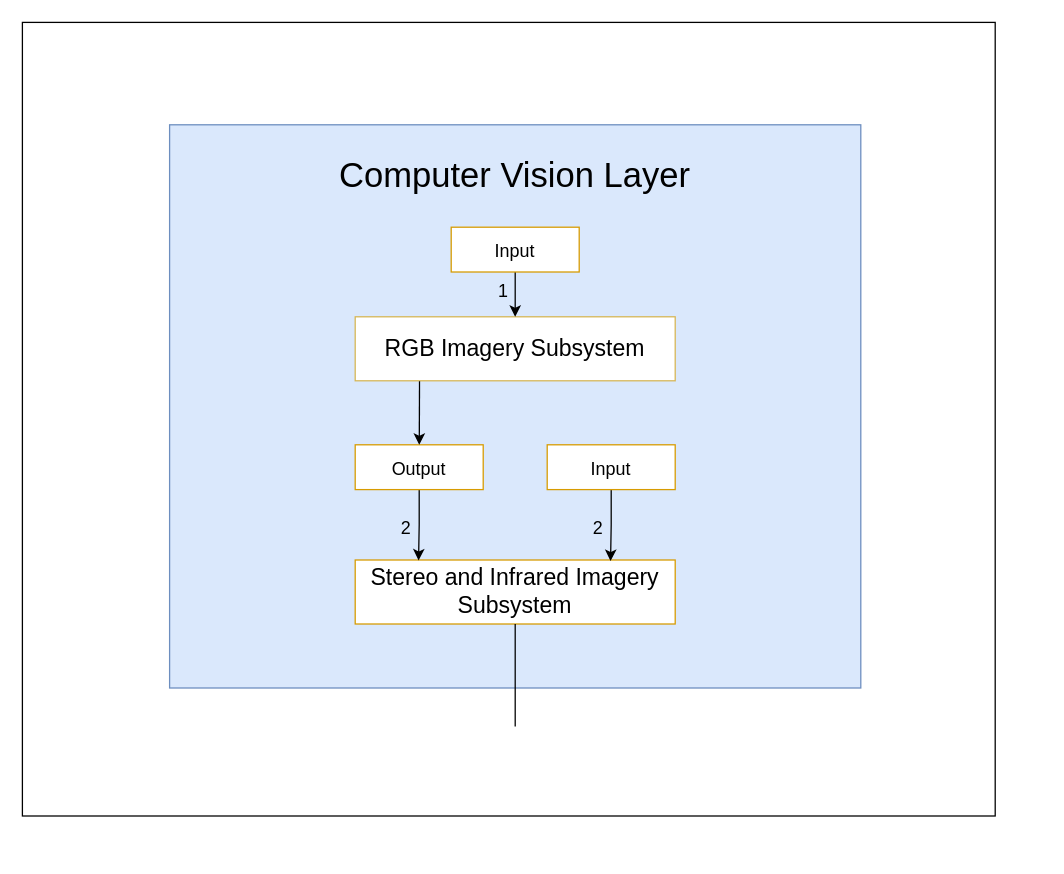
This is DRAWIO Files/Sahaj/CV Layer.drawio from TuringBoard/ADS, a draw.io file, before an edit. Source tidied: cells renumbered, new cells numbered last; positions are measured from the earlier drawing's top-left corner, leaving out a move shared by most shapes. Both pictures are drawn from the tidied source at 128%, with x=0, y=0 at pixel (22, 22).
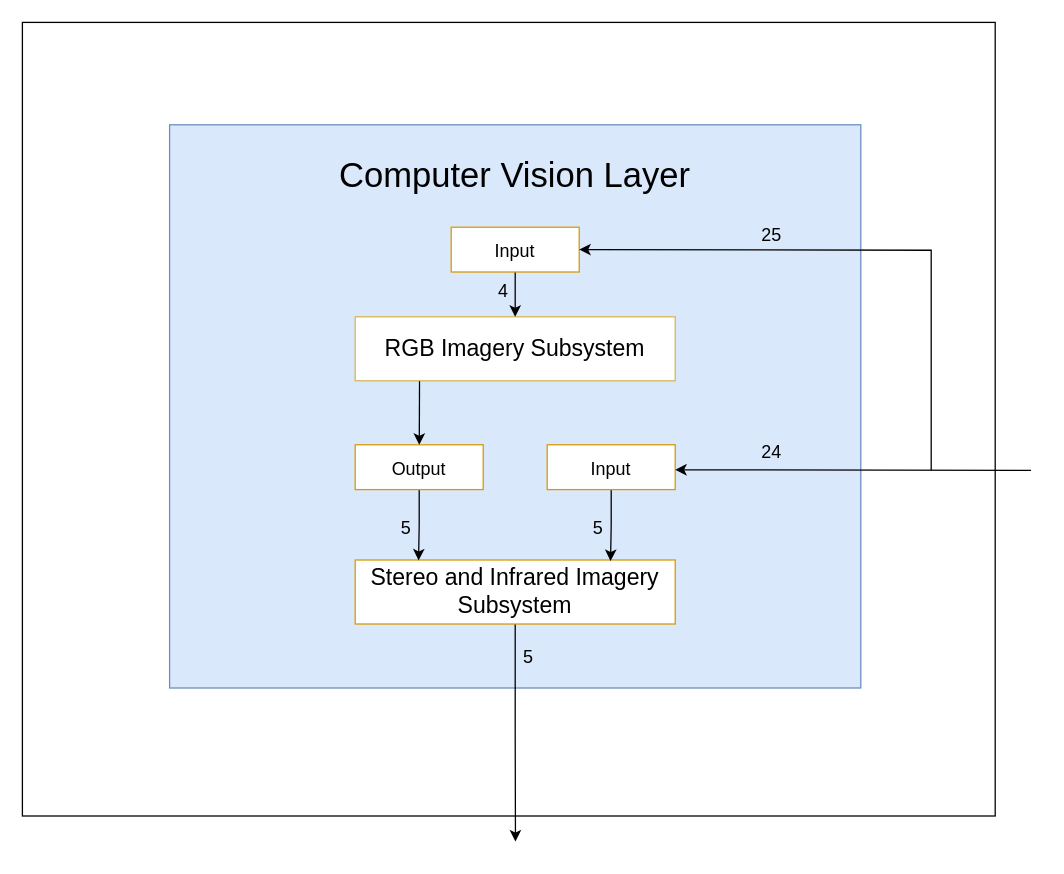
The same page after the edit.

The change refers to these unchanged cells:
```xml
<mxCell id="6" value="Stereo and Infrared Imagery Subsystem" style="rounded=0;whiteSpace=wrap;html=1;fontSize=18;fillColor=#FFFFFF;strokeColor=#d79b00;" parent="1" vertex="1">
  <mxGeometry x="260" y="420" width="250" height="50" as="geometry" />
</mxCell>
<mxCell id="10" value="&lt;span style=&quot;font-size: 14px&quot;&gt;Input&lt;br&gt;&lt;/span&gt;" style="rounded=0;whiteSpace=wrap;html=1;fontSize=18;fillColor=#FFFFFF;strokeColor=#d79b00;" parent="1" vertex="1">
  <mxGeometry x="335" y="160" width="100" height="35" as="geometry" />
</mxCell>
```

The edit, as a diff of the source:
```diff
@@
+    <mxCell id="18" style="edgeStyle=orthogonalEdgeStyle;rounded=0;jettySize=auto;html=1;exitX=0.5;exitY=1;exitDx=0;exitDy=0;" parent="1" edge="1" source="6">
+      <mxGeometry relative="1" as="geometry">
+        <mxPoint x="385.2" y="640" as="targetPoint" />
+      </mxGeometry>
+    </mxCell>
@@
-    <mxCell id="14" value="2" style="text;html=1;strokeColor=none;fillColor=none;align=center;verticalAlign=middle;whiteSpace=wrap;rounded=0;fontSize=14;" parent="1" vertex="1">
+    <mxCell id="14" value="5" style="text;html=1;strokeColor=none;fillColor=none;align=center;verticalAlign=middle;whiteSpace=wrap;rounded=0;fontSize=14;" parent="1" vertex="1">
       <mxGeometry x="420" y="380" width="60" height="30" as="geometry" />
     </mxCell>
-    <mxCell id="15" value="1" style="text;html=1;strokeColor=none;fillColor=none;align=center;verticalAlign=middle;whiteSpace=wrap;rounded=0;fontSize=14;" parent="1" vertex="1">
+    <mxCell id="15" value="4" style="text;html=1;strokeColor=none;fillColor=none;align=center;verticalAlign=middle;whiteSpace=wrap;rounded=0;fontSize=14;" parent="1" vertex="1">
       <mxGeometry x="346" y="195" width="60" height="30" as="geometry" />
     </mxCell>
-    <mxCell id="16" style="endArrow=none;html=1;rounded=0;fontSize=14;entryX=0.5;entryY=1;entryDx=0;entryDy=0;" parent="1" edge="1" target="6">
-      <mxGeometry relative="1" as="geometry">
-        <mxPoint x="385" y="550" as="sourcePoint" />
-      </mxGeometry>
-    </mxCell>
-    <mxCell id="17" value="2" style="text;html=1;strokeColor=none;fillColor=none;align=center;verticalAlign=middle;whiteSpace=wrap;rounded=0;fontSize=14;" parent="1" vertex="1">
+    <mxCell id="17" value="5" style="text;html=1;strokeColor=none;fillColor=none;align=center;verticalAlign=middle;whiteSpace=wrap;rounded=0;fontSize=14;" parent="1" vertex="1">
       <mxGeometry x="270" y="380" width="60" height="30" as="geometry" />
     </mxCell>
+    <mxCell id="19" value="&lt;font style=&quot;font-size: 14px&quot;&gt;24&lt;br&gt;&lt;/font&gt;" style="text;html=1;align=center;verticalAlign=middle;strokeColor=none;fillColor=none;fontSize=18;" parent="1" vertex="1">
+      <mxGeometry x="570" y="320" width="30" height="30" as="geometry" />
+    </mxCell>
+    <mxCell id="20" value="&lt;font style=&quot;font-size: 14px&quot;&gt;5&lt;br&gt;&lt;/font&gt;" style="text;html=1;align=center;verticalAlign=middle;strokeColor=none;fillColor=none;fontSize=18;" parent="1" vertex="1">
+      <mxGeometry x="385" y="480" width="20" height="30" as="geometry" />
+    </mxCell>
+    <mxCell id="21" style="endArrow=classic;html=1;rounded=0;entryX=1;entryY=0.5;entryDx=0;entryDy=0;" parent="1" edge="1" target="10">
+      <mxGeometry relative="1" as="geometry">
+        <mxPoint x="710" y="350" as="sourcePoint" />
+        <Array as="points">
+          <mxPoint x="710" y="178" />
+        </Array>
+      </mxGeometry>
+    </mxCell>
+    <mxCell id="22" style="endArrow=classic;html=1;rounded=0;entryX=1;entryY=0.5;entryDx=0;entryDy=0;" parent="1" edge="1">
+      <mxGeometry relative="1" as="geometry">
+        <mxPoint x="788" y="350" as="sourcePoint" />
+        <mxPoint x="510" y="349.5" as="targetPoint" />
+      </mxGeometry>
+    </mxCell>
+    <mxCell id="23" value="&lt;font style=&quot;font-size: 14px&quot;&gt;25&lt;br&gt;&lt;/font&gt;" style="text;html=1;align=center;verticalAlign=middle;strokeColor=none;fillColor=none;fontSize=18;" parent="1" vertex="1">
+      <mxGeometry x="570" y="150" width="30" height="30" as="geometry" />
+    </mxCell>
```
